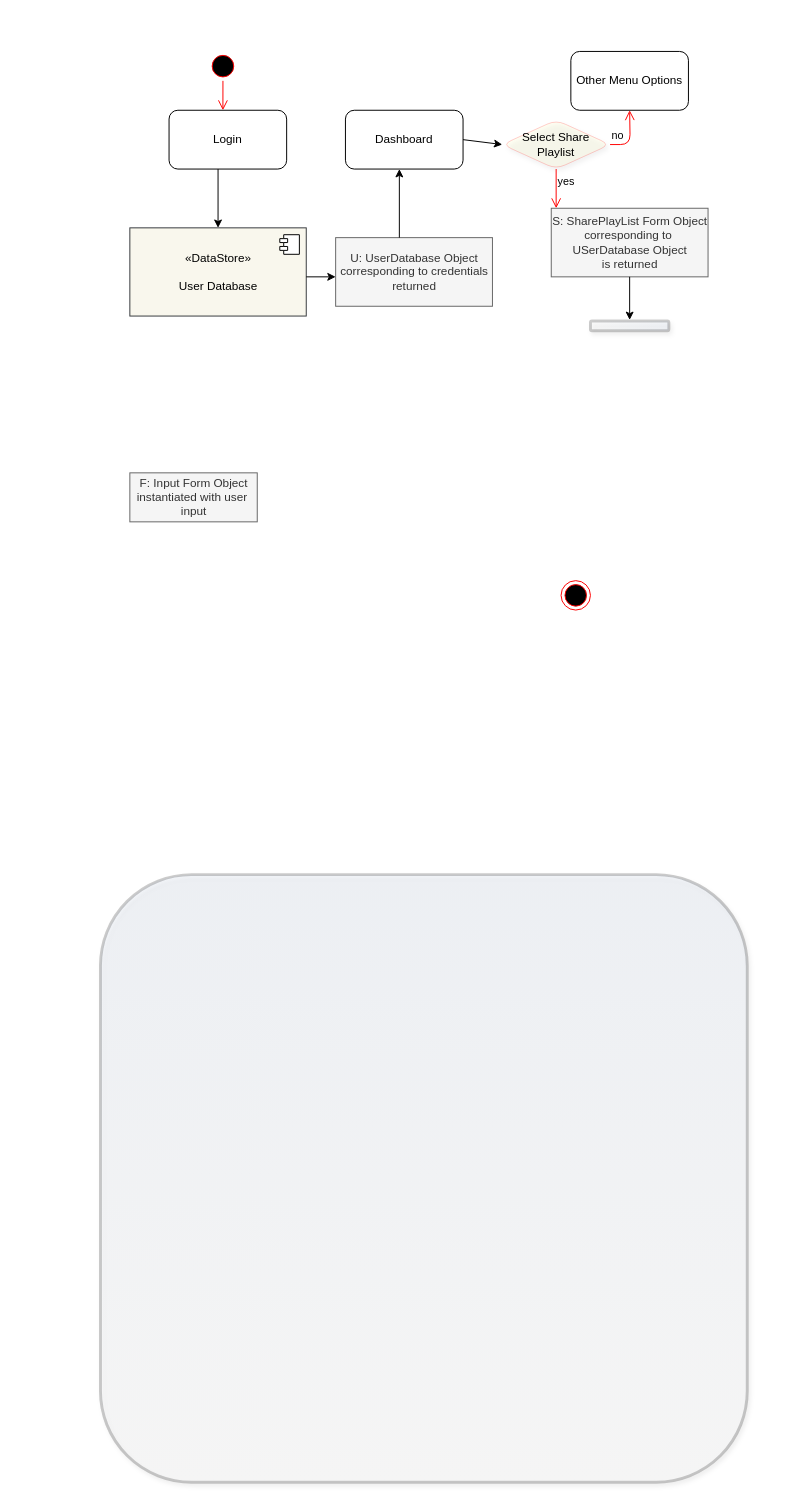
Earlier version of the draw.io diagram Login/CreateAccount.drawio (KelleClark/CSCI6030). Source tidied: cells renumbered, new cells numbered last; positions are measured from the earlier drawing's top-left corner, leaving out a move shared by most shapes. Both pictures are drawn from the tidied source at 98%, with x=0, y=0 at pixel (100, 51).
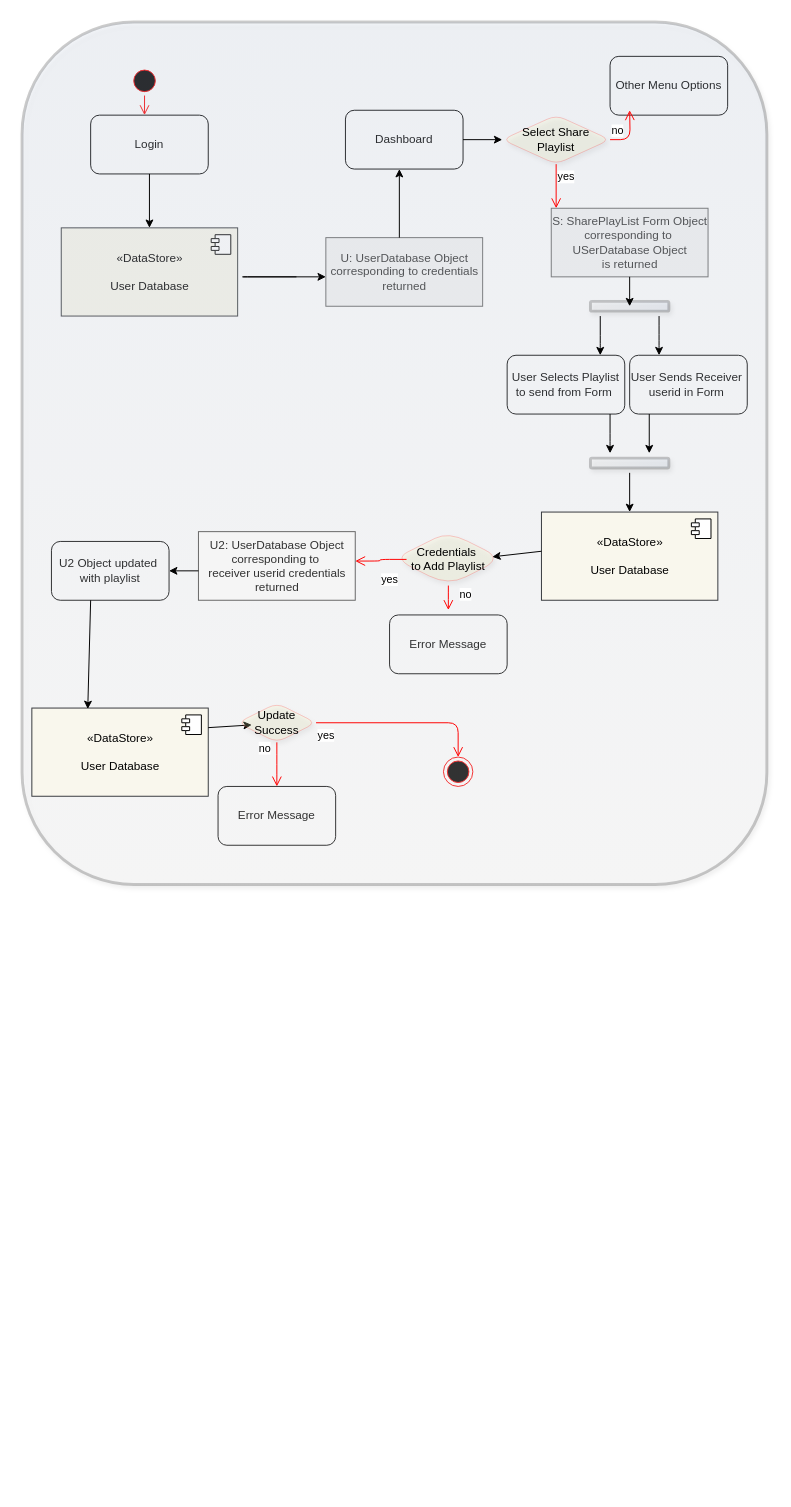
Above is the later version.

The edit, as a diff of the source:
```diff
@@
+    <mxCell id="23" value="U2 Object updated&amp;nbsp;&lt;br&gt;with playlist" style="rounded=1;whiteSpace=wrap;html=1;" parent="1" vertex="1">
+      <mxGeometry x="-50" y="500" width="120" height="60" as="geometry" />
+    </mxCell>
+    <mxCell id="24" value="Error Message" style="rounded=1;whiteSpace=wrap;html=1;" parent="1" vertex="1">
+      <mxGeometry x="120" y="750" width="120" height="60" as="geometry" />
+    </mxCell>
+    <mxCell id="25" value="Error Message" style="rounded=1;whiteSpace=wrap;html=1;" parent="1" vertex="1">
+      <mxGeometry x="295" y="575" width="120" height="60" as="geometry" />
+    </mxCell>
+    <mxCell id="20" value="S: SharePlayList Form Object&lt;br&gt;corresponding to&amp;nbsp;&lt;br&gt;USerDatabase Object&lt;br&gt;is returned" style="html=1;fillColor=#f5f5f5;strokeColor=#666666;fontColor=#333333;" parent="1" vertex="1">
+      <mxGeometry x="460" y="160" width="160" height="70" as="geometry" />
+    </mxCell>
+    <mxCell id="26" value="User Selects Playlist to send from Form&amp;nbsp;" style="rounded=1;whiteSpace=wrap;html=1;" parent="1" vertex="1">
+      <mxGeometry x="415" y="310" width="120" height="60" as="geometry" />
+    </mxCell>
+    <mxCell id="27" value="User Sends Receiver&amp;nbsp;&lt;br&gt;userid in Form&amp;nbsp;" style="rounded=1;whiteSpace=wrap;html=1;" parent="1" vertex="1">
+      <mxGeometry x="540" y="310" width="120" height="60" as="geometry" />
+    </mxCell>
+    <mxCell id="19" value="Other Menu Options" style="rounded=1;whiteSpace=wrap;html=1;" parent="1" vertex="1">
+      <mxGeometry x="520" y="5" width="120" height="60" as="geometry" />
+    </mxCell>
     <mxCell id="2" style="ellipse;html=1;shape=startState;fillColor=#000000;strokeColor=#ff0000;" parent="1" vertex="1">
-      <mxGeometry x="110" width="30" height="30" as="geometry" />
+      <mxGeometry x="30" y="15" width="30" height="30" as="geometry" />
     </mxCell>
@@
     <mxCell id="4" value="Login" style="rounded=1;whiteSpace=wrap;html=1;" parent="1" vertex="1">
-      <mxGeometry x="70" y="60" width="120" height="60" as="geometry" />
+      <mxGeometry x="-10" y="65" width="120" height="60" as="geometry" />
     </mxCell>
-    <mxCell id="5" value="F: Input Form Object&lt;br&gt;instantiated with user&amp;nbsp;&lt;br&gt;input" style="html=1;fillColor=#f5f5f5;strokeColor=#666666;fontColor=#333333;" parent="1" vertex="1">
-      <mxGeometry x="30" y="430" width="130" height="50" as="geometry" />
-    </mxCell>
     <mxCell id="6" value="«DataStore»&lt;br&gt;&lt;br&gt;User Database" style="html=1;fillColor=#f9f7ed;strokeColor=#36393d;" parent="1" vertex="1">
-      <mxGeometry x="30" y="180" width="180" height="90" as="geometry" />
+      <mxGeometry x="-40" y="180" width="180" height="90" as="geometry" />
     </mxCell>
@@
     <mxCell id="8" value="U: UserDatabase Object&lt;br&gt;corresponding to credentials&lt;br&gt;returned" style="html=1;fillColor=#f5f5f5;strokeColor=#666666;fontColor=#333333;" parent="1" vertex="1">
-      <mxGeometry x="240" y="190" width="160" height="70" as="geometry" />
+      <mxGeometry x="230" y="190" width="160" height="70" as="geometry" />
     </mxCell>
@@
     <mxCell id="10" style="ellipse;html=1;shape=endState;fillColor=#000000;strokeColor=#ff0000;" parent="1" vertex="1">
-      <mxGeometry x="470" y="540" width="30" height="30" as="geometry" />
+      <mxGeometry x="350" y="720" width="30" height="30" as="geometry" />
     </mxCell>
     <mxCell id="11" style="rounded=1;whiteSpace=wrap;html=1;opacity=20;fillColor=#D4E1F5;shadow=1;gradientColor=#ffffff;strokeWidth=3;perimeterSpacing=3;" parent="1" vertex="1">
-      <mxGeometry y="840" width="660" height="620" as="geometry" />
+      <mxGeometry x="-80" y="-30" width="760" height="880" as="geometry" />
     </mxCell>
-    <mxCell id="12" style="endArrow=classic;html=1;strokeColor=#000000;entryX=0.5;entryY=0;entryDx=0;entryDy=0;" parent="1" edge="1" target="6">
-      <mxGeometry relative="1" as="geometry">
-        <mxPoint x="120" y="120" as="sourcePoint" />
-      </mxGeometry>
+    <mxCell id="12" style="endArrow=classic;html=1;strokeColor=#000000;entryX=0.5;entryY=0;entryDx=0;entryDy=0;" parent="1" edge="1" source="4" target="6">
+      <mxGeometry relative="1" as="geometry" />
     </mxCell>
     <mxCell id="13" style="endArrow=classic;html=1;strokeColor=#000000;" parent="1" edge="1">
       <mxGeometry relative="1" as="geometry">
-        <mxPoint x="210" y="230" as="sourcePoint" />
-        <mxPoint x="240" y="230" as="targetPoint" />
+        <mxPoint x="200" y="230" as="sourcePoint" />
+        <mxPoint x="230" y="230" as="targetPoint" />
+        <Array as="points">
+          <mxPoint x="140" y="230" />
+        </Array>
       </mxGeometry>
     </mxCell>
@@
     <mxCell id="15" value="Select Share&lt;br&gt;Playlist" style="rhombus;whiteSpace=wrap;html=1;fillColor=#ffffc0;strokeColor=#ff0000;rounded=1;shadow=1;opacity=20;" parent="1" vertex="1">
-      <mxGeometry x="410" y="70" width="110" height="50" as="geometry" />
+      <mxGeometry x="410" y="65" width="110" height="50" as="geometry" />
     </mxCell>
@@
-    <mxCell id="19" value="Other Menu Options" style="rounded=1;whiteSpace=wrap;html=1;" parent="1" vertex="1">
-      <mxGeometry x="480" width="120" height="60" as="geometry" />
-    </mxCell>
-    <mxCell id="20" value="S: SharePlayList Form Object&lt;br&gt;corresponding to&amp;nbsp;&lt;br&gt;USerDatabase Object&lt;br&gt;is returned" style="html=1;fillColor=#f5f5f5;strokeColor=#666666;fontColor=#333333;" parent="1" vertex="1">
-      <mxGeometry x="460" y="160" width="160" height="70" as="geometry" />
-    </mxCell>
     <mxCell id="21" style="html=1;perimeter=orthogonalPerimeter;rounded=1;shadow=1;strokeColor=#000000;strokeWidth=3;fillColor=#D4E1F5;gradientColor=#ffffff;opacity=20;rotation=90;" parent="1" vertex="1">
-      <mxGeometry x="535" y="240" width="10" height="80" as="geometry" />
+      <mxGeometry x="535" y="220" width="10" height="80" as="geometry" />
     </mxCell>
     <mxCell id="22" style="endArrow=classic;html=1;strokeColor=#000000;exitX=0.5;exitY=1;exitDx=0;exitDy=0;" parent="1" edge="1" source="20">
       <mxGeometry relative="1" as="geometry">
-        <mxPoint x="540" y="274" as="targetPoint" />
+        <mxPoint x="540" y="260" as="targetPoint" />
       </mxGeometry>
     </mxCell>
+    <mxCell id="28" style="endArrow=classic;html=1;strokeColor=#000000;" parent="1" edge="1">
+      <mxGeometry relative="1" as="geometry">
+        <mxPoint x="540" y="430" as="sourcePoint" />
+        <mxPoint x="540" y="470" as="targetPoint" />
+      </mxGeometry>
+    </mxCell>
+    <mxCell id="29" style="endArrow=classic;html=1;strokeColor=#000000;" parent="1" edge="1">
+      <mxGeometry relative="1" as="geometry">
+        <mxPoint x="520" y="370" as="sourcePoint" />
+        <mxPoint x="520" y="410" as="targetPoint" />
+        <Array as="points">
+          <mxPoint x="520" y="400" />
+        </Array>
+      </mxGeometry>
+    </mxCell>
+    <mxCell id="30" style="endArrow=classic;html=1;strokeColor=#000000;" parent="1" edge="1">
+      <mxGeometry relative="1" as="geometry">
+        <mxPoint x="560" y="370" as="sourcePoint" />
+        <mxPoint x="560" y="410" as="targetPoint" />
+      </mxGeometry>
+    </mxCell>
+    <mxCell id="31" style="endArrow=classic;html=1;strokeColor=#000000;" parent="1" edge="1">
+      <mxGeometry relative="1" as="geometry">
+        <mxPoint x="510" y="270" as="sourcePoint" />
+        <mxPoint x="510" y="310" as="targetPoint" />
+        <Array as="points">
+          <mxPoint x="510" y="300" />
+        </Array>
+      </mxGeometry>
+    </mxCell>
+    <mxCell id="32" style="endArrow=classic;html=1;strokeColor=#000000;" parent="1" edge="1">
+      <mxGeometry relative="1" as="geometry">
+        <mxPoint x="570" y="270" as="sourcePoint" />
+        <mxPoint x="570" y="310" as="targetPoint" />
+        <Array as="points">
+          <mxPoint x="570" y="290" />
+          <mxPoint x="570" y="300" />
+        </Array>
+      </mxGeometry>
+    </mxCell>
+    <mxCell id="33" style="html=1;perimeter=orthogonalPerimeter;rounded=1;shadow=1;strokeColor=#000000;strokeWidth=3;fillColor=#D4E1F5;gradientColor=#ffffff;opacity=20;rotation=90;" parent="1" vertex="1">
+      <mxGeometry x="535" y="380" width="10" height="80" as="geometry" />
+    </mxCell>
+    <mxCell id="34" value="«DataStore»&lt;br&gt;&lt;br&gt;User Database" style="html=1;fillColor=#f9f7ed;strokeColor=#36393d;" parent="1" vertex="1">
+      <mxGeometry x="450" y="470" width="180" height="90" as="geometry" />
+    </mxCell>
+    <mxCell id="35" style="shape=component;jettyWidth=8;jettyHeight=4;" parent="34" vertex="1">
+      <mxGeometry x="1" width="20" height="20" relative="1" as="geometry">
+        <mxPoint x="-27" y="7" as="offset" />
+      </mxGeometry>
+    </mxCell>
+    <mxCell id="36" value="Credentials&amp;nbsp;&lt;br&gt;to Add Playlist" style="rhombus;whiteSpace=wrap;html=1;fillColor=#ffffc0;strokeColor=#ff0000;rounded=1;shadow=1;opacity=20;arcSize=44;" parent="1" vertex="1">
+      <mxGeometry x="300" y="490" width="110" height="55" as="geometry" />
+    </mxCell>
+    <mxCell id="37" value="no" style="edgeStyle=orthogonalEdgeStyle;html=1;align=left;verticalAlign=bottom;endArrow=open;endSize=8;strokeColor=#ff0000;exitX=0.5;exitY=1;exitDx=0;exitDy=0;" parent="1" edge="1" source="36">
+      <mxGeometry x="0.43" y="10" relative="1" as="geometry">
+        <mxPoint x="355" y="570" as="targetPoint" />
+        <Array as="points">
+          <mxPoint x="355" y="560" />
+          <mxPoint x="355" y="560" />
+        </Array>
+      </mxGeometry>
+    </mxCell>
+    <mxCell id="38" value="yes" style="edgeStyle=orthogonalEdgeStyle;html=1;align=left;verticalAlign=top;endArrow=open;endSize=8;strokeColor=#ff0000;exitX=0.112;exitY=0.515;exitDx=0;exitDy=0;exitPerimeter=0;" parent="1" edge="1" source="36" target="40">
+      <mxGeometry x="0.01" y="7" relative="1" as="geometry">
+        <Array as="points">
+          <mxPoint x="285" y="518" />
+          <mxPoint x="285" y="520" />
+        </Array>
+        <mxPoint x="-7" y="8" as="offset" />
+      </mxGeometry>
+    </mxCell>
+    <mxCell id="39" style="endArrow=classic;html=1;strokeColor=#000000;entryX=0.908;entryY=0.467;entryDx=0;entryDy=0;entryPerimeter=0;" parent="1" edge="1" target="36">
+      <mxGeometry relative="1" as="geometry">
+        <mxPoint x="450" y="510" as="sourcePoint" />
+      </mxGeometry>
+    </mxCell>
+    <mxCell id="40" value="U2: UserDatabase Object&lt;br&gt;corresponding to&amp;nbsp;&lt;br&gt;receiver userid credentials&lt;br&gt;returned" style="html=1;fillColor=#f5f5f5;strokeColor=#666666;fontColor=#333333;" parent="1" vertex="1">
+      <mxGeometry x="100" y="490" width="160" height="70" as="geometry" />
+    </mxCell>
+    <mxCell id="41" value="«DataStore»&lt;br&gt;&lt;br&gt;User Database" style="html=1;fillColor=#f9f7ed;strokeColor=#36393d;" parent="1" vertex="1">
+      <mxGeometry x="-70" y="670" width="180" height="90" as="geometry" />
+    </mxCell>
+    <mxCell id="42" style="shape=component;jettyWidth=8;jettyHeight=4;" parent="41" vertex="1">
+      <mxGeometry x="1" width="20" height="20" relative="1" as="geometry">
+        <mxPoint x="-27" y="7" as="offset" />
+      </mxGeometry>
+    </mxCell>
+    <mxCell id="43" style="endArrow=classic;html=1;strokeColor=#000000;entryX=0.317;entryY=0.011;entryDx=0;entryDy=0;entryPerimeter=0;" parent="1" edge="1" target="41">
+      <mxGeometry relative="1" as="geometry">
+        <mxPoint x="-10" y="560" as="sourcePoint" />
+      </mxGeometry>
+    </mxCell>
+    <mxCell id="44" style="endArrow=classic;html=1;strokeColor=#000000;entryX=1;entryY=0.5;entryDx=0;entryDy=0;" parent="1" edge="1" target="23">
+      <mxGeometry relative="1" as="geometry">
+        <mxPoint x="100" y="530" as="sourcePoint" />
+      </mxGeometry>
+    </mxCell>
+    <mxCell id="45" style="endArrow=classic;html=1;strokeColor=#000000;" parent="1" edge="1">
+      <mxGeometry relative="1" as="geometry">
+        <mxPoint x="110" y="690" as="sourcePoint" />
+        <mxPoint x="154.4" y="687.2" as="targetPoint" />
+      </mxGeometry>
+    </mxCell>
+    <mxCell id="46" value="Update&lt;br&gt;Success" style="rhombus;whiteSpace=wrap;html=1;fillColor=#ffffc0;strokeColor=#ff0000;rounded=1;shadow=1;opacity=20;" parent="1" vertex="1">
+      <mxGeometry x="140" y="665" width="80" height="40" as="geometry" />
+    </mxCell>
+    <mxCell id="47" value="no" style="edgeStyle=orthogonalEdgeStyle;html=1;align=left;verticalAlign=bottom;endArrow=open;endSize=8;strokeColor=#ff0000;" parent="1" edge="1" source="46">
+      <mxGeometry x="-0.33" y="-20" relative="1" as="geometry">
+        <mxPoint x="180" y="750" as="targetPoint" />
+      </mxGeometry>
+    </mxCell>
+    <mxCell id="48" value="yes" style="edgeStyle=orthogonalEdgeStyle;html=1;align=left;verticalAlign=top;endArrow=open;endSize=8;strokeColor=#ff0000;exitX=1;exitY=0.5;exitDx=0;exitDy=0;entryX=0.5;entryY=0;entryDx=0;entryDy=0;" parent="1" edge="1" source="46" target="10">
+      <mxGeometry x="-1" relative="1" as="geometry" />
+    </mxCell>
```
